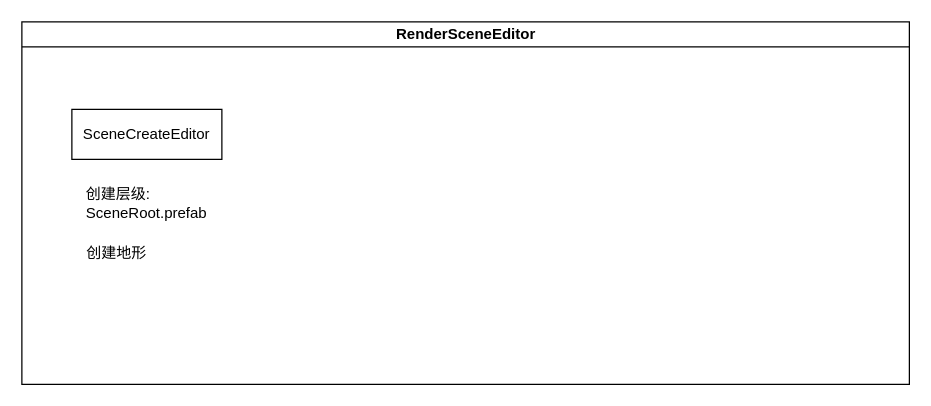
This is Untitled Diagram.drawio from Dixmanion/SNOWTH, a draw.io file, before an edit. Source tidied: cells renumbered, new cells numbered last; positions are measured from the earlier drawing's top-left corner, leaving out a move shared by most shapes. Both pictures are drawn from the tidied source at 125%, with x=0, y=0 at pixel (21, 21).
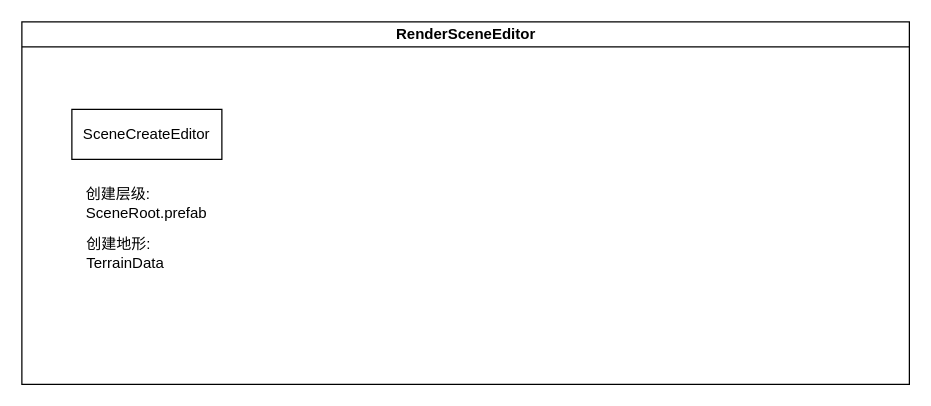
After the change.

What changed in the source:
```diff
@@
 <mxGraphModel>
   <root>
     <mxCell id="0" />
     <mxCell id="1" parent="0" />
     <mxCell id="2" value="RenderSceneEditor" style="swimlane;html=1;startSize=20;horizontal=1;containerType=tree;glass=0;" parent="1" vertex="1">
       <mxGeometry width="710" height="290" as="geometry" />
     </mxCell>
     <mxCell id="3" value="SceneCreateEditor" style="rounded=0;whiteSpace=wrap;html=1;" parent="2" vertex="1">
       <mxGeometry x="40" y="70" width="120" height="40" as="geometry" />
     </mxCell>
     <mxCell id="4" value="&lt;div style=&quot;text-align: left&quot;&gt;&lt;span&gt;创建层级:&amp;nbsp;&lt;/span&gt;&lt;/div&gt;SceneRoot.prefab" style="text;html=1;strokeColor=none;fillColor=none;align=center;verticalAlign=middle;whiteSpace=wrap;rounded=0;" parent="2" vertex="1">
       <mxGeometry x="45" y="120" width="110" height="50" as="geometry" />
     </mxCell>
-    <mxCell id="5" value="&lt;div&gt;&lt;span&gt;创建地形&amp;nbsp;&lt;/span&gt;&lt;/div&gt;" style="text;html=1;strokeColor=none;fillColor=none;align=left;verticalAlign=middle;whiteSpace=wrap;rounded=0;" parent="2" vertex="1">
+    <mxCell id="5" value="&lt;div&gt;&lt;span&gt;创建地形:&lt;/span&gt;&lt;/div&gt;&lt;div&gt;&lt;span&gt;TerrainData&lt;br&gt;&lt;/span&gt;&lt;/div&gt;" style="text;html=1;strokeColor=none;fillColor=none;align=left;verticalAlign=middle;whiteSpace=wrap;rounded=0;" parent="2" vertex="1">
       <mxGeometry x="50" y="170" width="110" height="30" as="geometry" />
     </mxCell>
   </root>
 </mxGraphModel>
```
